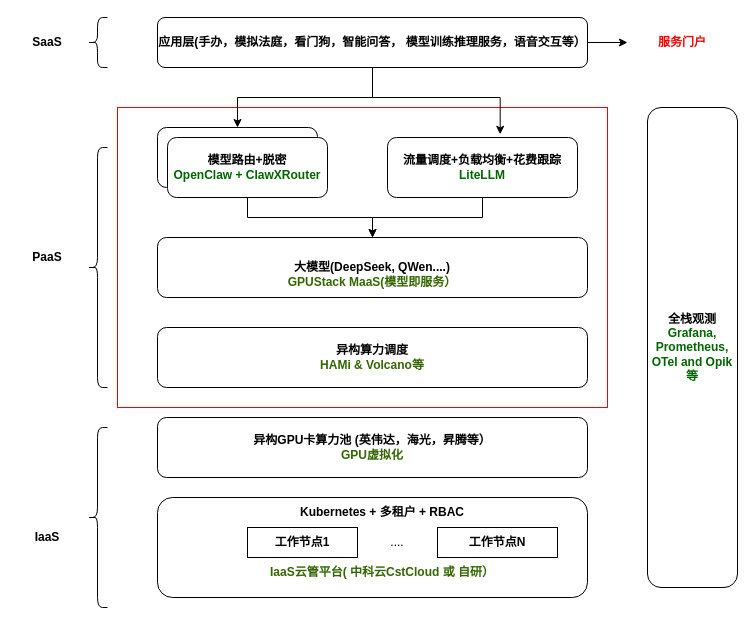
Before: starbrain.drawio in wlijian-max/digrams, a draw.io diagram. Source tidied: cells renumbered, new cells numbered last; positions are measured from the earlier drawing's top-left corner, leaving out a move shared by most shapes. Both pictures are drawn from the tidied source at 100%, with x=0, y=0 at pixel (17, 17).
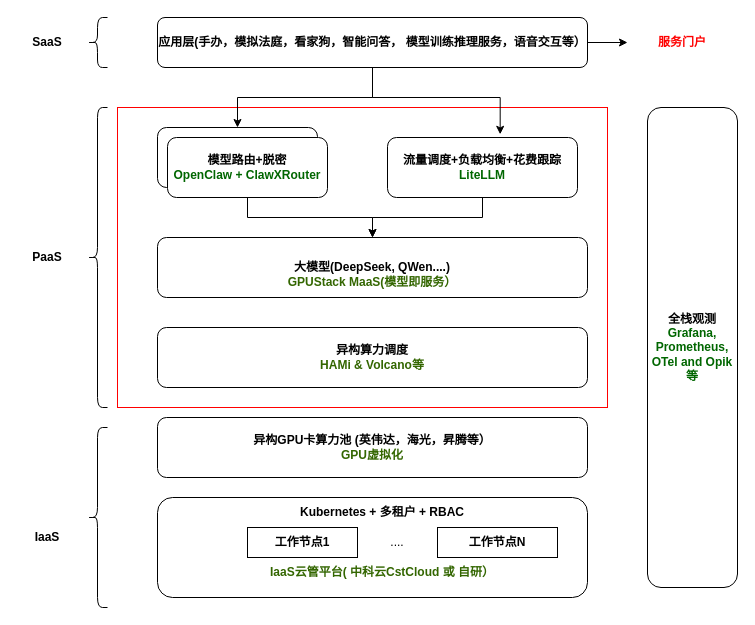
Above is the later version.

Change to the diagram source:
```diff
@@
-    <mxCell id="14" value="&lt;b&gt;应用层(手办，模拟法庭，看门狗，智能问答， 模型训练推理服务，语音交互等）&lt;/b&gt;" style="rounded=1;whiteSpace=wrap;html=1;" parent="1" vertex="1">
+    <mxCell id="14" value="&lt;b&gt;应用层(手办，模拟法庭，看家狗，智能问答， 模型训练推理服务，语音交互等）&lt;/b&gt;" style="rounded=1;whiteSpace=wrap;html=1;" parent="1" vertex="1">
       <mxGeometry x="140" width="430" height="50" as="geometry" />
     </mxCell>
@@
     <mxCell id="19" style="shape=curlyBracket;whiteSpace=wrap;html=1;rounded=1;labelPosition=left;verticalLabelPosition=middle;align=right;verticalAlign=middle;" parent="1" vertex="1">
-      <mxGeometry x="70" y="130" width="20" height="240" as="geometry" />
+      <mxGeometry x="70" y="90" width="20" height="300" as="geometry" />
     </mxCell>
```
